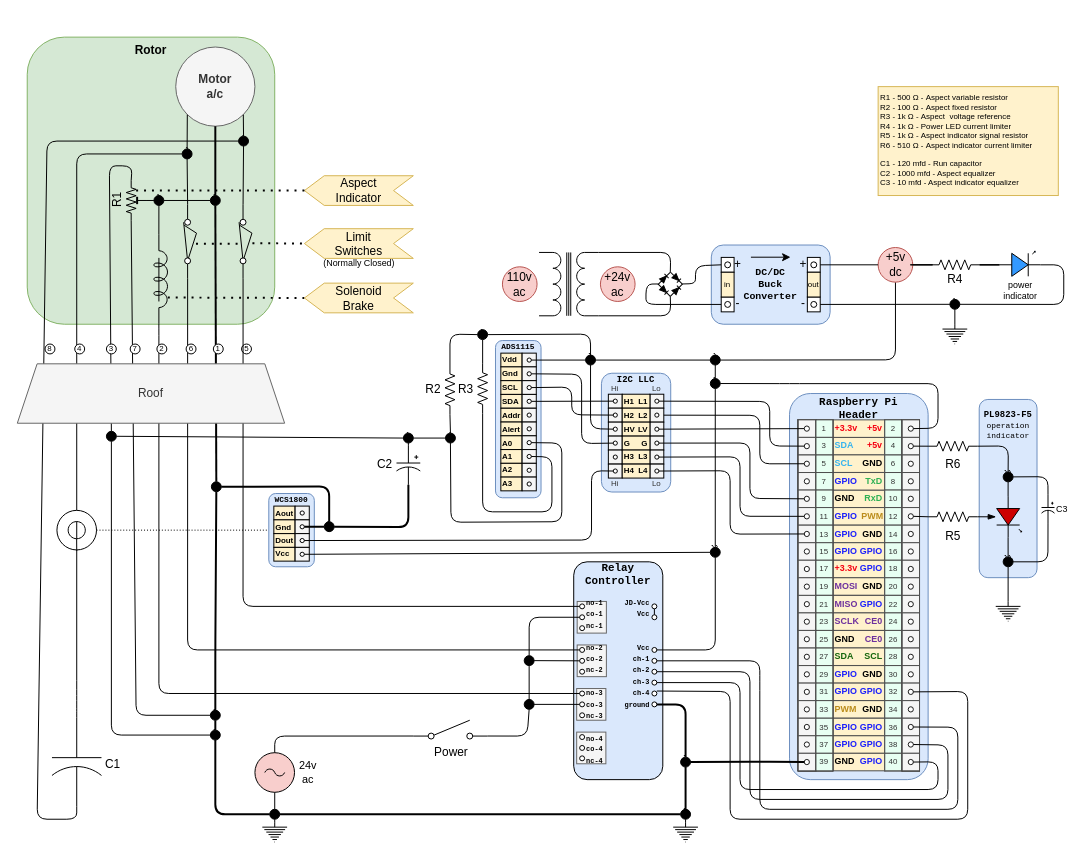
Earlier version of the draw.io diagram readme/rotor.drawio (wryan67/rotor). Source tidied: cells renumbered, new cells numbered last; positions are measured from the earlier drawing's top-left corner, leaving out a move shared by most shapes. Both pictures are drawn from the tidied source at 99%, with x=0, y=0 at pixel (17, 37).
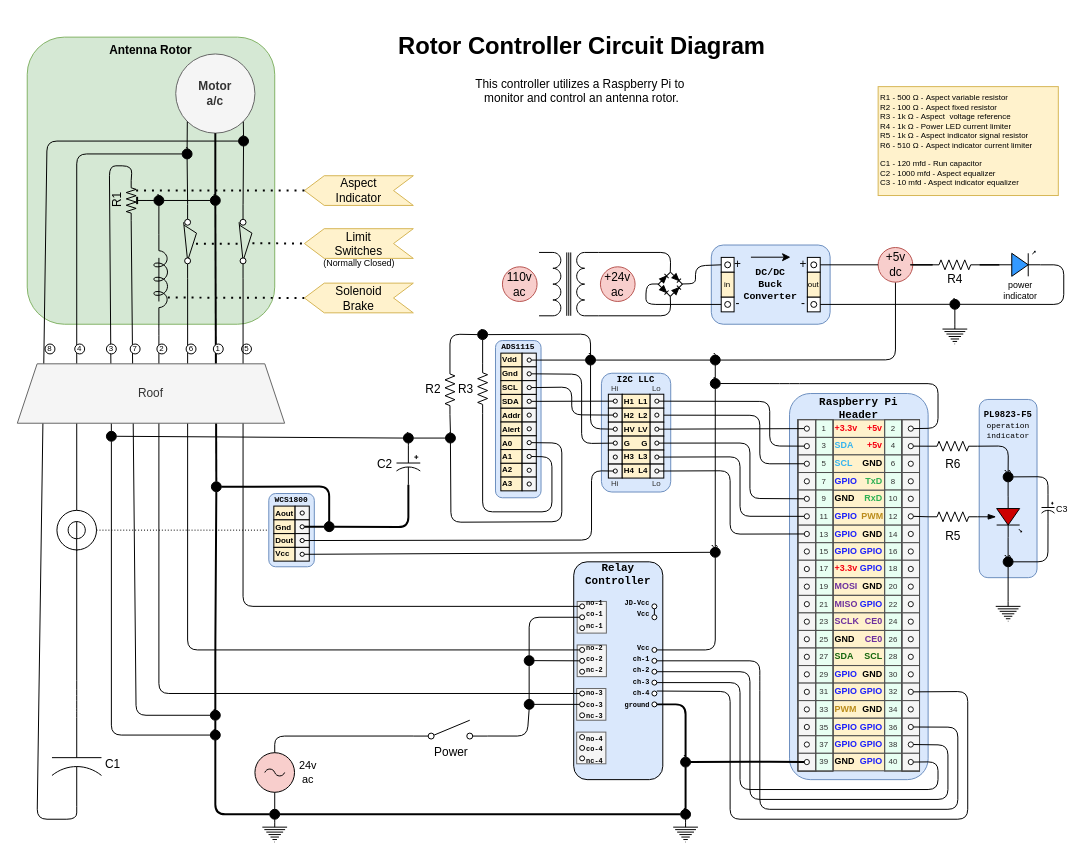
Above is the later version.

Commit message:
update circuit diagram title

Change to the diagram source:
```diff
@@
-    <mxCell id="3" value="Rotor" style="rounded=1;whiteSpace=wrap;html=1;verticalAlign=top;fillColor=#d5e8d4;strokeColor=#82b366;fontStyle=1;" parent="1" vertex="1">
+    <mxCell id="3" value="Antenna Rotor" style="rounded=1;whiteSpace=wrap;html=1;verticalAlign=top;fillColor=#d5e8d4;strokeColor=#82b366;fontStyle=1;" parent="1" vertex="1">
       <mxGeometry x="10" width="250" height="290" as="geometry" />
     </mxCell>
     <mxCell id="4" value="Motor&lt;br&gt;a/c" style="ellipse;whiteSpace=wrap;html=1;fontStyle=1;fillColor=#f5f5f5;strokeColor=#666666;fontColor=#333333;" parent="1" vertex="1">
-      <mxGeometry x="160" y="10" width="80" height="80" as="geometry" />
+      <mxGeometry x="160" y="17" width="80" height="80" as="geometry" />
     </mxCell>
@@
+    <mxCell id="533" value="&lt;h1&gt;Rotor Controller Circuit Diagram&lt;/h1&gt;&lt;p&gt;&lt;div style=&quot;text-align: center&quot;&gt;&lt;span&gt;This controller utilizes a Raspberry Pi to&amp;nbsp;&lt;/span&gt;&lt;/div&gt;&lt;div style=&quot;text-align: center&quot;&gt;&lt;span&gt;monitor and control an antenna rotor.&lt;/span&gt;&lt;/div&gt;&lt;/p&gt;&lt;p&gt;&lt;br&gt;&lt;/p&gt;" style="text;html=1;strokeColor=none;fillColor=none;spacing=5;spacingTop=-20;whiteSpace=wrap;overflow=hidden;rounded=0;" parent="1" vertex="1">
+      <mxGeometry x="380" y="-10" width="390" height="90" as="geometry" />
+    </mxCell>
```
